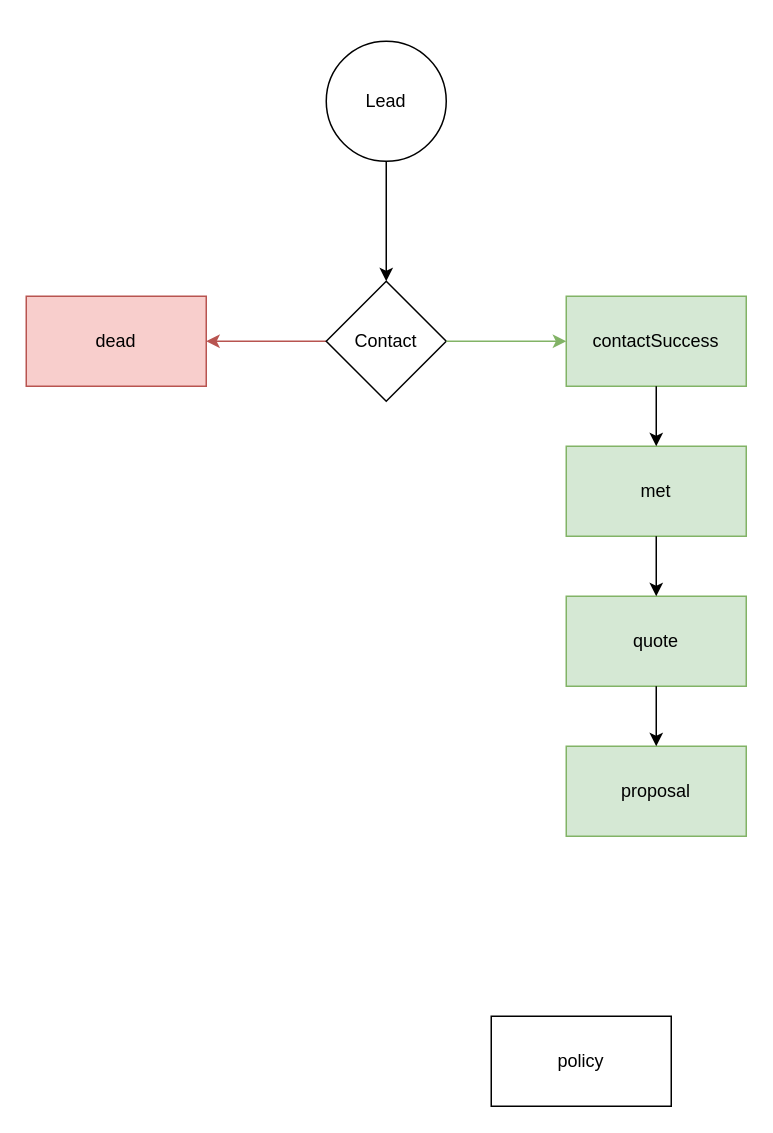
The draw.io diagram Pruforce lead status flow.drawio in sovanminea/pru, before the edit. Source tidied: cells renumbered, new cells numbered last; positions are measured from the earlier drawing's top-left corner, leaving out a move shared by most shapes. Both pictures are drawn from the tidied source at 150%, with x=0, y=0 at pixel (26, 40).
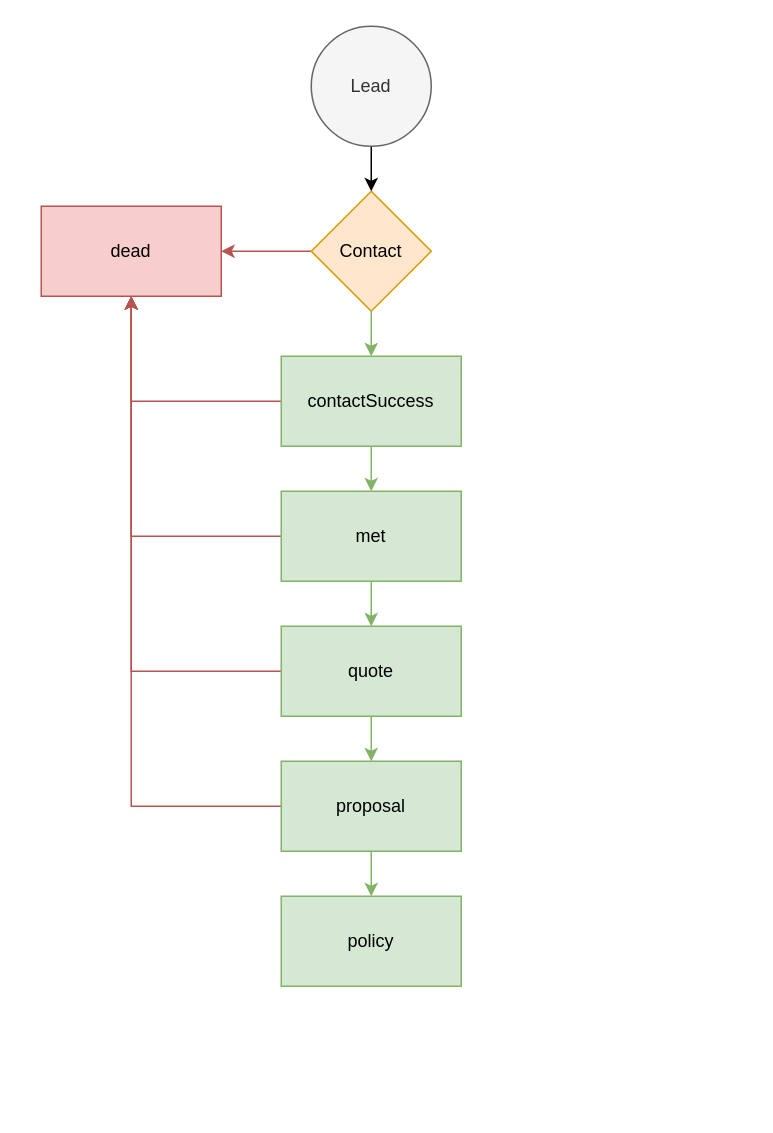
After the change.

What changed in the source:
```diff
@@
+    <mxCell id="17" style="group;" parent="1" vertex="1">
+      <mxGeometry x="10" y="-10" width="280" height="640" as="geometry" />
+    </mxCell>
-    <mxCell id="2" value="policy" style="rounded=0;whiteSpace=wrap;html=1;" parent="1" vertex="1">
-      <mxGeometry x="310" y="650" width="120" height="60" as="geometry" />
+    <mxCell id="2" value="policy" style="rounded=0;whiteSpace=wrap;html=1;fillColor=#d5e8d4;strokeColor=#82b366;" parent="17" vertex="1">
+      <mxGeometry x="160" y="580" width="120" height="60" as="geometry" />
     </mxCell>
-    <mxCell id="3" style="group;" parent="1" vertex="1">
-      <mxGeometry width="480" height="530" as="geometry" />
-    </mxCell>
-    <mxCell id="4" value="dead" style="rounded=0;whiteSpace=wrap;html=1;fillColor=#f8cecc;strokeColor=#b85450;" parent="3" vertex="1">
-      <mxGeometry y="170" width="120" height="60" as="geometry" />
+    <mxCell id="4" value="dead" style="rounded=0;whiteSpace=wrap;html=1;fillColor=#f8cecc;strokeColor=#b85450;" parent="17" vertex="1">
+      <mxGeometry y="120" width="120" height="60" as="geometry" />
     </mxCell>
-    <mxCell id="5" style="edgeStyle=orthogonalEdgeStyle;rounded=0;jettySize=auto;html=1;fontColor=#000000;fillColor=#f8cecc;strokeColor=#b85450;" parent="3" edge="1" source="6" target="4">
+    <mxCell id="5" style="edgeStyle=orthogonalEdgeStyle;rounded=0;jettySize=auto;html=1;fontColor=#000000;fillColor=#f8cecc;strokeColor=#b85450;" parent="17" edge="1" source="6" target="4">
       <mxGeometry relative="1" as="geometry" />
     </mxCell>
-    <mxCell id="6" value="Contact" style="rhombus;whiteSpace=wrap;html=1;" parent="3" vertex="1">
-      <mxGeometry x="200" y="160" width="80" height="80" as="geometry" />
+    <mxCell id="6" value="Contact" style="rhombus;whiteSpace=wrap;html=1;fillColor=#ffe6cc;strokeColor=#d79b00;" parent="17" vertex="1">
+      <mxGeometry x="180" y="110" width="80" height="80" as="geometry" />
     </mxCell>
-    <mxCell id="7" style="edgeStyle=orthogonalEdgeStyle;rounded=0;jettySize=auto;html=1;fontColor=#000000;" parent="3" edge="1" source="8" target="6">
+    <mxCell id="7" style="edgeStyle=orthogonalEdgeStyle;rounded=0;jettySize=auto;html=1;fontColor=#000000;" parent="17" edge="1" source="8" target="6">
       <mxGeometry relative="1" as="geometry" />
     </mxCell>
-    <mxCell id="8" value="Lead" style="ellipse;whiteSpace=wrap;html=1;" parent="3" vertex="1">
-      <mxGeometry x="200" width="80" height="80" as="geometry" />
+    <mxCell id="8" value="Lead" style="ellipse;whiteSpace=wrap;html=1;fillColor=#f5f5f5;fontColor=#333333;strokeColor=#666666;" parent="17" vertex="1">
+      <mxGeometry x="180" width="80" height="80" as="geometry" />
     </mxCell>
+    <mxCell id="18" style="edgeStyle=orthogonalEdgeStyle;rounded=0;jettySize=auto;html=1;entryX=0.5;entryY=1;entryDx=0;entryDy=0;fillColor=#f8cecc;strokeColor=#b85450;" parent="17" edge="1" source="9" target="4">
+      <mxGeometry relative="1" as="geometry" />
+    </mxCell>
-    <mxCell id="9" value="contactSuccess" style="rounded=0;whiteSpace=wrap;html=1;fillColor=#d5e8d4;strokeColor=#82b366;" parent="3" vertex="1">
-      <mxGeometry x="360" y="170" width="120" height="60" as="geometry" />
+    <mxCell id="9" value="contactSuccess" style="rounded=0;whiteSpace=wrap;html=1;fillColor=#d5e8d4;strokeColor=#82b366;" parent="17" vertex="1">
+      <mxGeometry x="160" y="220" width="120" height="60" as="geometry" />
     </mxCell>
-    <mxCell id="10" style="edgeStyle=orthogonalEdgeStyle;rounded=0;jettySize=auto;html=1;fontColor=#000000;fillColor=#d5e8d4;strokeColor=#82b366;" parent="3" edge="1" source="6" target="9">
+    <mxCell id="10" style="edgeStyle=orthogonalEdgeStyle;rounded=0;jettySize=auto;html=1;fontColor=#000000;fillColor=#d5e8d4;strokeColor=#82b366;" parent="17" edge="1" source="6" target="9">
       <mxGeometry relative="1" as="geometry" />
     </mxCell>
+    <mxCell id="19" style="edgeStyle=orthogonalEdgeStyle;rounded=0;jettySize=auto;html=1;entryX=0.5;entryY=1;entryDx=0;entryDy=0;fillColor=#f8cecc;strokeColor=#b85450;" parent="17" edge="1" source="11" target="4">
+      <mxGeometry relative="1" as="geometry" />
+    </mxCell>
-    <mxCell id="11" value="met" style="rounded=0;whiteSpace=wrap;html=1;fillColor=#d5e8d4;strokeColor=#82b366;" parent="3" vertex="1">
-      <mxGeometry x="360" y="270" width="120" height="60" as="geometry" />
+    <mxCell id="11" value="met" style="rounded=0;whiteSpace=wrap;html=1;fillColor=#d5e8d4;strokeColor=#82b366;" parent="17" vertex="1">
+      <mxGeometry x="160" y="310" width="120" height="60" as="geometry" />
     </mxCell>
-    <mxCell id="12" style="edgeStyle=orthogonalEdgeStyle;rounded=0;jettySize=auto;html=1;fontColor=#000000;" parent="3" edge="1" source="9" target="11">
+    <mxCell id="12" style="edgeStyle=orthogonalEdgeStyle;rounded=0;jettySize=auto;html=1;fillColor=#d5e8d4;strokeColor=#82b366;" parent="17" edge="1" source="9" target="11">
       <mxGeometry relative="1" as="geometry" />
     </mxCell>
+    <mxCell id="20" style="edgeStyle=orthogonalEdgeStyle;rounded=0;jettySize=auto;html=1;entryX=0.5;entryY=1;entryDx=0;entryDy=0;fillColor=#f8cecc;strokeColor=#b85450;" parent="17" edge="1" source="13" target="4">
+      <mxGeometry relative="1" as="geometry" />
+    </mxCell>
-    <mxCell id="13" value="quote" style="rounded=0;whiteSpace=wrap;html=1;fillColor=#d5e8d4;strokeColor=#82b366;" parent="3" vertex="1">
-      <mxGeometry x="360" y="370" width="120" height="60" as="geometry" />
+    <mxCell id="13" value="quote" style="rounded=0;whiteSpace=wrap;html=1;fillColor=#d5e8d4;strokeColor=#82b366;" parent="17" vertex="1">
+      <mxGeometry x="160" y="400" width="120" height="60" as="geometry" />
     </mxCell>
-    <mxCell id="14" style="edgeStyle=orthogonalEdgeStyle;rounded=0;jettySize=auto;html=1;fontColor=#000000;" parent="3" edge="1" source="11" target="13">
+    <mxCell id="14" style="edgeStyle=orthogonalEdgeStyle;rounded=0;jettySize=auto;html=1;fontColor=#000000;fillColor=#d5e8d4;strokeColor=#82b366;" parent="17" edge="1" source="11" target="13">
       <mxGeometry relative="1" as="geometry" />
     </mxCell>
+    <mxCell id="21" style="edgeStyle=orthogonalEdgeStyle;rounded=0;jettySize=auto;html=1;fillColor=#d5e8d4;strokeColor=#82b366;" parent="17" edge="1" source="15" target="2">
+      <mxGeometry relative="1" as="geometry" />
+    </mxCell>
+    <mxCell id="22" style="edgeStyle=orthogonalEdgeStyle;rounded=0;jettySize=auto;html=1;entryX=0.5;entryY=1;entryDx=0;entryDy=0;fillColor=#f8cecc;strokeColor=#b85450;" parent="17" edge="1" source="15" target="4">
+      <mxGeometry relative="1" as="geometry" />
+    </mxCell>
-    <mxCell id="15" value="proposal" style="rounded=0;whiteSpace=wrap;html=1;fillColor=#d5e8d4;strokeColor=#82b366;" parent="3" vertex="1">
-      <mxGeometry x="360" y="470" width="120" height="60" as="geometry" />
+    <mxCell id="15" value="proposal" style="rounded=0;whiteSpace=wrap;html=1;fillColor=#d5e8d4;strokeColor=#82b366;" parent="17" vertex="1">
+      <mxGeometry x="160" y="490" width="120" height="60" as="geometry" />
     </mxCell>
-    <mxCell id="16" style="edgeStyle=orthogonalEdgeStyle;rounded=0;jettySize=auto;html=1;fontColor=#000000;" parent="3" edge="1" source="13" target="15">
+    <mxCell id="16" style="edgeStyle=orthogonalEdgeStyle;rounded=0;jettySize=auto;html=1;fontColor=#000000;fillColor=#d5e8d4;strokeColor=#82b366;" parent="17" edge="1" source="13" target="15">
       <mxGeometry relative="1" as="geometry" />
     </mxCell>
```
